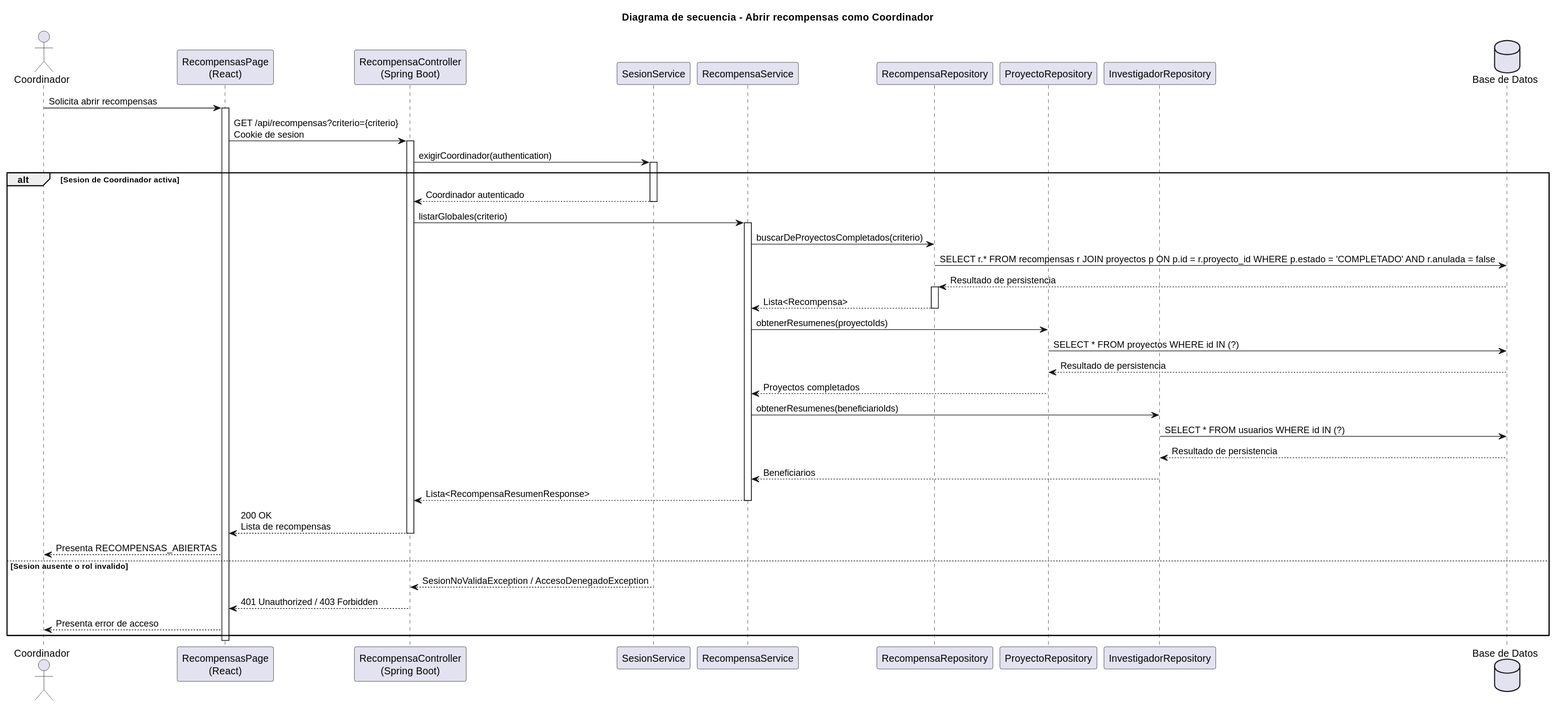
beatriizorozco/25-26-idsw2-sdVC keeps this PlantUML diagram as images/RUP/02-diseño/casos-uso/coordinador/abrirRecompensas/secuencia.svg. Above is the earlier version.
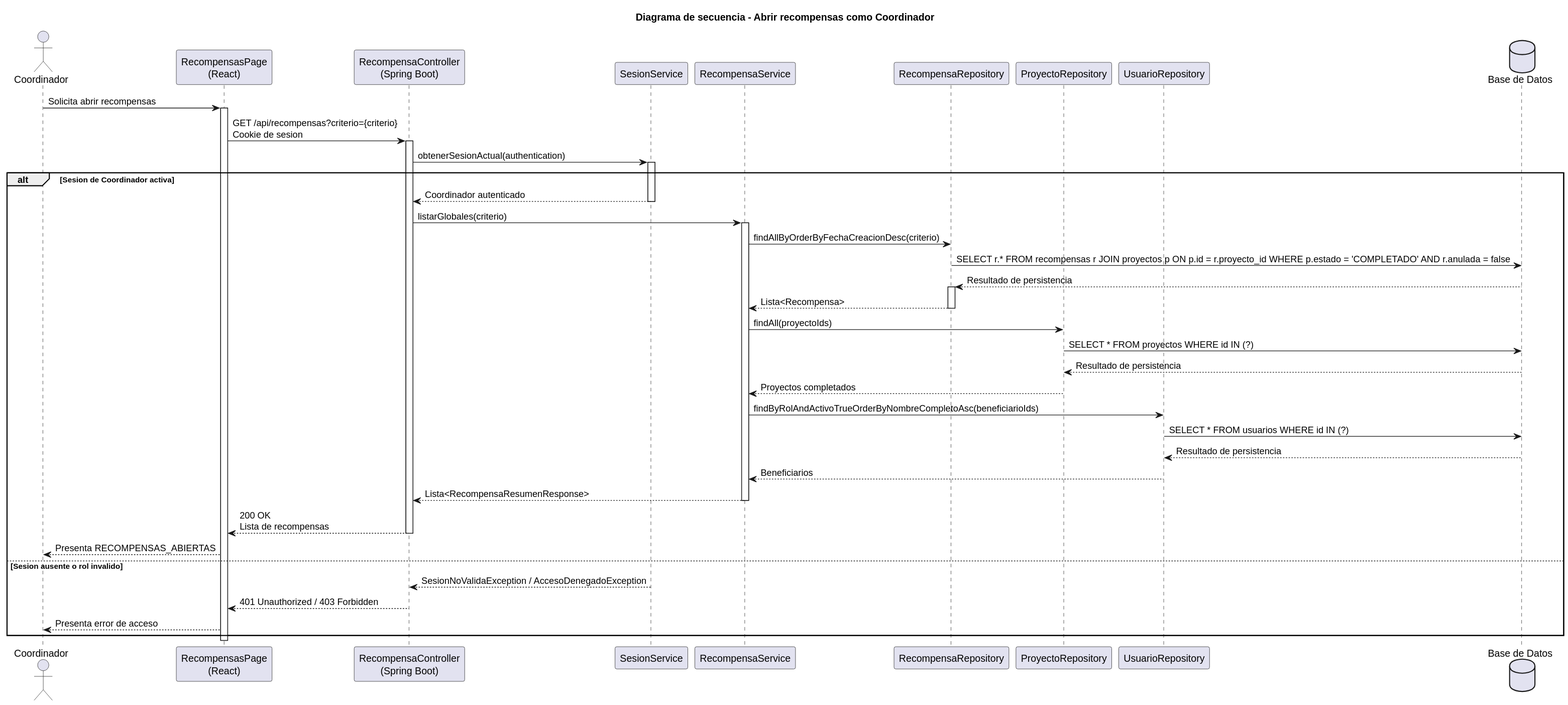
Above is the later version.

What changed in the source:
```diff
@@ -8,31 +8,31 @@
 participant "RecompensaService" as Service
 participant "RecompensaRepository" as Repo
 participant "ProyectoRepository" as ProyectoRepo
-participant "InvestigadorRepository" as InvestigadorRepo
+participant "UsuarioRepository" as InvestigadorRepo
 database "Base de Datos" as DB
 
 Coordinador -> Frontend: Solicita abrir recompensas
 activate Frontend
 Frontend -> Api: GET /api/recompensas?criterio={criterio}\nCookie de sesion
 activate Api
-Api -> Sesion: exigirCoordinador(authentication)
+Api -> Sesion: obtenerSesionActual(authentication)
 activate Sesion
 alt Sesion de Coordinador activa
     Sesion --> Api: Coordinador autenticado
     deactivate Sesion
     Api -> Service: listarGlobales(criterio)
     activate Service
-    Service -> Repo: buscarDeProyectosCompletados(criterio)
+    Service -> Repo: findAllByOrderByFechaCreacionDesc(criterio)
     Repo -> DB: SELECT r.* FROM recompensas r JOIN proyectos p ON p.id = r.proyecto_id WHERE p.estado = 'COMPLETADO' AND r.anulada = false
     DB --> Repo: Resultado de persistencia
     activate Repo
     Repo --> Service: Lista<Recompensa>
     deactivate Repo
-    Service -> ProyectoRepo: obtenerResumenes(proyectoIds)
+    Service -> ProyectoRepo: findAll(proyectoIds)
     ProyectoRepo -> DB: SELECT * FROM proyectos WHERE id IN (?)
     DB --> ProyectoRepo: Resultado de persistencia
     ProyectoRepo --> Service: Proyectos completados
-    Service -> InvestigadorRepo: obtenerResumenes(beneficiarioIds)
+    Service -> InvestigadorRepo: findByRolAndActivoTrueOrderByNombreCompletoAsc(beneficiarioIds)
     InvestigadorRepo -> DB: SELECT * FROM usuarios WHERE id IN (?)
     DB --> InvestigadorRepo: Resultado de persistencia
     InvestigadorRepo --> Service: Beneficiarios
```
